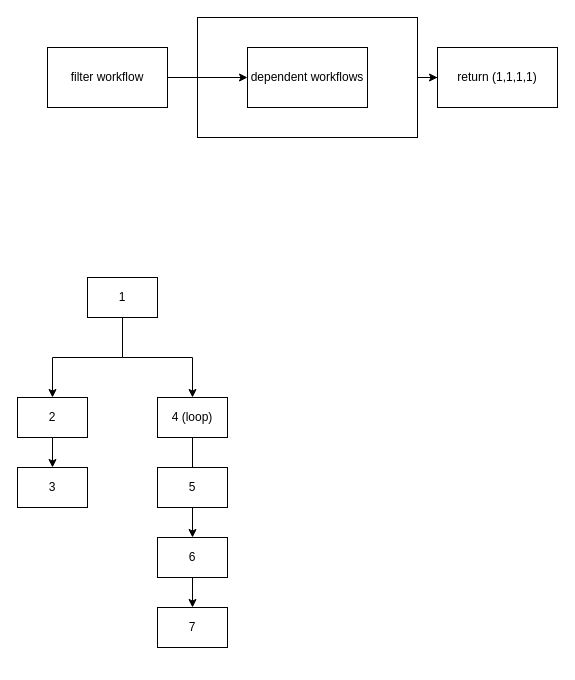
Earlier version of the draw.io diagram filter_workflow.drawio (praneethsai83/GenericProcessing). Source tidied: cells renumbered, new cells numbered last; positions are measured from the earlier drawing's top-left corner, leaving out a move shared by most shapes. Both pictures are drawn from the tidied source at 100%, with x=0, y=0 at pixel (17, 17).
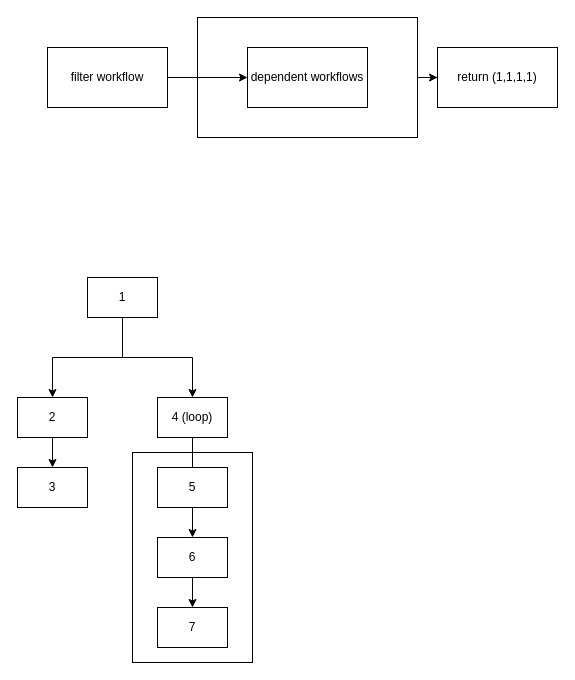
Above is the later version.

What changed in the source:
```diff
@@
+    <mxCell id="20" style="rounded=0;whiteSpace=wrap;html=1;" parent="1" vertex="1">
+      <mxGeometry x="115" y="435" width="120" height="210" as="geometry" />
+    </mxCell>
```
